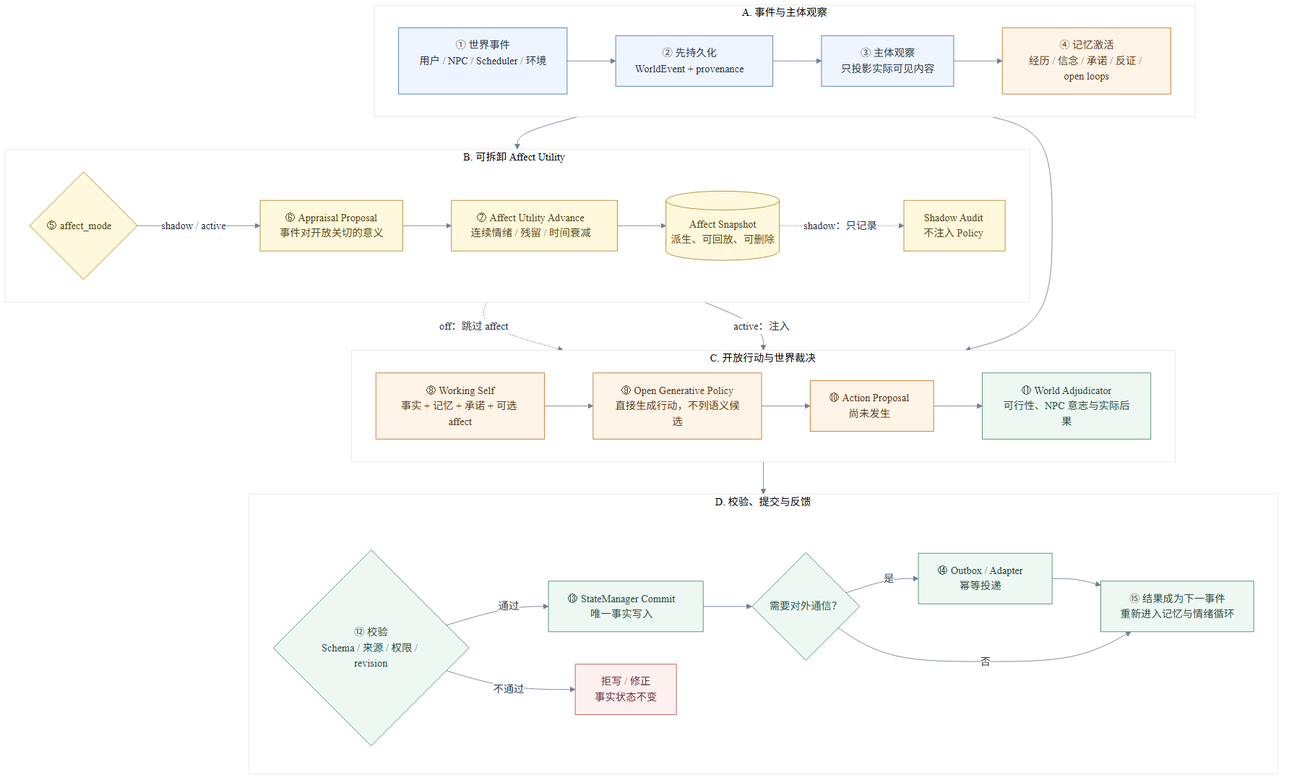
This is memory-affect-runtime-loop-v1.png from yanyuliu01/gf, a Mermaid export, as it was before one commit. Its source is kept beside it as memory-affect-runtime-loop-v1.mmd.
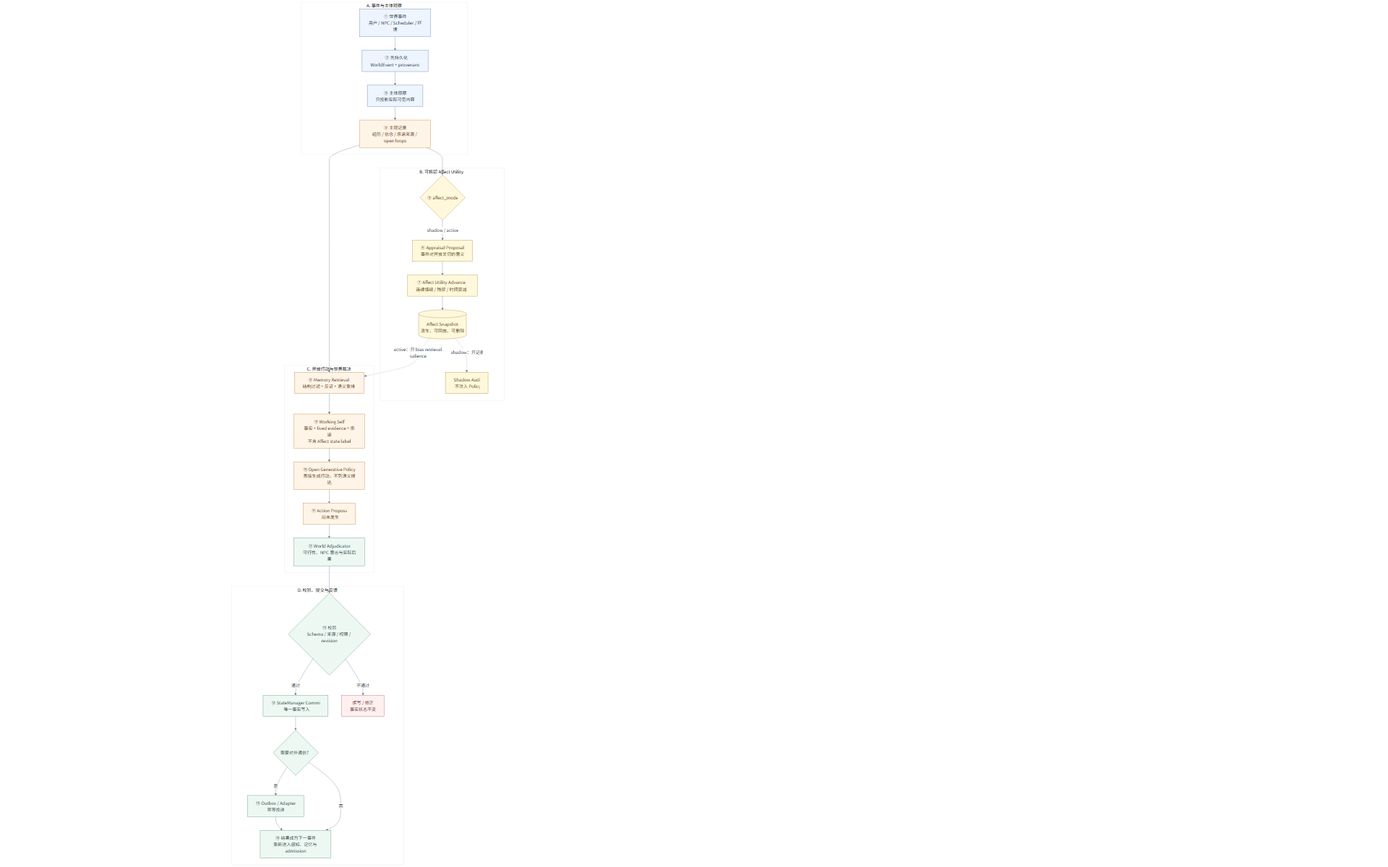
The same diagram one commit later.

Diff of the diagram source:
```diff
@@ -5,7 +5,7 @@
     EVENT["① 世界事件<br/>用户 / NPC / Scheduler / 环境"]
     SAVE["② 先持久化<br/>WorldEvent + provenance"]
     OBSERVE["③ 主体观察<br/>只投影实际可见内容"]
-    MEMORY["④ 记忆激活<br/>经历 / 信念 / 承诺 / 反证 / open loops"]
+    MEMORY["④ 主观记录<br/>经历 / 信念 / 承诺来源 / open loops"]
     EVENT --> SAVE --> OBSERVE --> MEMORY
   end
 
@@ -22,20 +22,21 @@
 
   subgraph P3["C. 开放行动与世界裁决"]
     direction LR
-    SELF["⑧ Working Self<br/>事实 + 记忆 + 承诺 + 可选 affect"]
-    POLICY["⑨ Open Generative Policy<br/>直接生成行动，不列语义候选"]
-    ACTION["⑩ Action Proposal<br/>尚未发生"]
-    ADJ["⑪ World Adjudicator<br/>可行性、NPC 意志与实际后果"]
-    SELF --> POLICY --> ACTION --> ADJ
+    RETRIEVE["⑧ Memory Retrieval<br/>结构过滤 + 反证 + 语义重排"]
+    SELF["⑨ Working Self<br/>事实 + lived evidence + 承诺<br/>不含 Affect state label"]
+    POLICY["⑩ Open Generative Policy<br/>直接生成行动，不列语义候选"]
+    ACTION["⑪ Action Proposal<br/>尚未发生"]
+    ADJ["⑫ World Adjudicator<br/>可行性、NPC 意志与实际后果"]
+    RETRIEVE --> SELF --> POLICY --> ACTION --> ADJ
   end
 
   subgraph P4["D. 校验、提交与反馈"]
     direction LR
-    CHECK{"⑫ 校验<br/>Schema / 来源 / 权限 / revision"}
-    COMMIT["⑬ StateManager Commit<br/>唯一事实写入"]
+    CHECK{"⑬ 校验<br/>Schema / 来源 / 权限 / revision"}
+    COMMIT["⑭ StateManager Commit<br/>唯一事实写入"]
     SPEECH{"需要对外通信？"}
-    OUTBOX["⑭ Outbox / Adapter<br/>幂等投递"]
-    NEXT["⑮ 结果成为下一事件<br/>重新进入记忆与情绪循环"]
+    OUTBOX["⑮ Outbox / Adapter<br/>幂等投递"]
+    NEXT["⑯ 结果成为下一事件<br/>重新进入感知、记忆与 admission"]
     REJECT["拒写 / 修正<br/>事实状态不变"]
     CHECK -->|"通过"| COMMIT --> SPEECH
     SPEECH -->|"是"| OUTBOX --> NEXT
@@ -44,9 +45,8 @@
   end
 
   MEMORY --> MODE
-  MEMORY --> SELF
-  MODE -.->|"off：跳过 affect"| SELF
-  SNAP -->|"active：注入"| SELF
+  MEMORY --> RETRIEVE
+  SNAP -.->|"active：只 bias retrieval salience"| RETRIEVE
   ADJ --> CHECK
 
   classDef input fill:#eef5ff,stroke:#4f79a8,color:#243247;
@@ -55,7 +55,7 @@
   classDef safe fill:#eef8f3,stroke:#4d8c72,color:#234c3e;
   classDef danger fill:#fff0f0,stroke:#b65b5b,color:#6b2929;
   class EVENT,SAVE,OBSERVE input;
-  class MEMORY,SELF,POLICY,ACTION memory;
+  class MEMORY,RETRIEVE,SELF,POLICY,ACTION memory;
   class MODE,APPRAISE,AFFECT,SNAP,SHADOW affect;
   class ADJ,CHECK,COMMIT,SPEECH,OUTBOX,NEXT safe;
   class REJECT danger;
```
